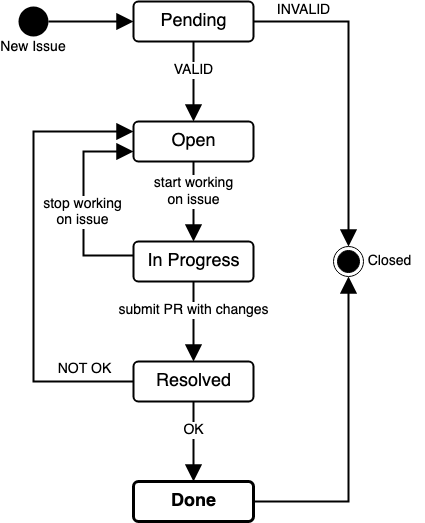
Above: docs/img/issue-workflow.png in borkdominik/bigER (draw.io), before the change. Source tidied: cells renumbered, new cells last; positions are measured from the earlier drawing's top-left corner, leaving out a move shared by most shapes. Its diagram source:
```xml
<mxGraphModel>
  <root>
    <mxCell id="0" />
    <mxCell id="1" parent="0" />
    <mxCell id="2" value="VALID" style="edgeStyle=none;rounded=0;jettySize=auto;html=1;entryX=0.5;entryY=0;entryDx=0;entryDy=0;fontSize=14;endArrow=block;endFill=1;endSize=12;strokeWidth=2;verticalAlign=bottom;" parent="1" edge="1" source="5">
      <mxGeometry relative="1" as="geometry">
        <mxPoint x="175" y="120" as="targetPoint" />
      </mxGeometry>
    </mxCell>
    <mxCell id="3" style="edgeStyle=orthogonalEdgeStyle;rounded=0;jettySize=auto;html=1;entryX=0.5;entryY=0;entryDx=0;entryDy=0;fontSize=14;endArrow=block;endFill=1;endSize=12;strokeWidth=2;verticalAlign=bottom;align=right;spacingLeft=0;spacingRight=-17;spacingTop=0;spacingBottom=0;" parent="1" edge="1" source="5" target="10">
      <mxGeometry relative="1" as="geometry">
        <Array as="points">
          <mxPoint x="330" y="20" />
        </Array>
      </mxGeometry>
    </mxCell>
    <mxCell id="4" value="INVALID" style="edgeLabel;html=1;align=center;verticalAlign=middle;fontSize=14;" parent="3" vertex="1">
      <mxGeometry x="-0.86" y="1" relative="1" as="geometry">
        <mxPoint x="27" y="-11" as="offset" />
      </mxGeometry>
    </mxCell>
    <mxCell id="5" value="Pending" style="html=1;align=center;verticalAlign=middle;rounded=1;absoluteArcSize=1;arcSize=10;dashed=0;fontSize=18;strokeWidth=2;" parent="1" vertex="1">
      <mxGeometry x="115" width="120" height="40" as="geometry" />
    </mxCell>
    <mxCell id="6" style="edgeStyle=none;rounded=0;jettySize=auto;html=1;fontSize=14;endArrow=block;endFill=1;endSize=12;strokeWidth=2;verticalAlign=bottom;spacingLeft=-15;" parent="1" edge="1" source="7" target="5">
      <mxGeometry relative="1" as="geometry" />
    </mxCell>
    <mxCell id="7" value="New Issue" style="ellipse;fillColor=#000000;strokeColor=none;fontSize=14;strokeWidth=2;verticalAlign=top;spacingBottom=0;spacingTop=25;" parent="1" vertex="1">
      <mxGeometry y="5" width="30" height="30" as="geometry" />
    </mxCell>
    <mxCell id="8" value="start working&lt;br&gt;on issue" style="edgeStyle=orthogonalEdgeStyle;rounded=0;jettySize=auto;html=1;entryX=0.5;entryY=0;entryDx=0;entryDy=0;fontSize=14;endArrow=block;endFill=1;endSize=12;strokeWidth=2;verticalAlign=bottom;spacingTop=0;spacingBottom=-10;" parent="1" edge="1" source="9" target="14">
      <mxGeometry relative="1" as="geometry" />
    </mxCell>
    <mxCell id="9" value="Open" style="html=1;align=center;verticalAlign=middle;rounded=1;absoluteArcSize=1;arcSize=10;fontSize=18;strokeWidth=2;" parent="1" vertex="1">
      <mxGeometry x="115" y="120" width="120" height="40" as="geometry" />
    </mxCell>
    <mxCell id="10" style="ellipse;html=1;shape=endState;fillColor=#000000;strokeColor=#000000;fontSize=16;verticalAlign=top;spacingBottom=0;spacingTop=25;" parent="1" vertex="1">
      <mxGeometry x="315" y="245" width="30" height="30" as="geometry" />
    </mxCell>
    <mxCell id="11" value="submit PR with changes" style="edgeStyle=orthogonalEdgeStyle;rounded=0;jettySize=auto;html=1;entryX=0.5;entryY=0;entryDx=0;entryDy=0;fontSize=14;endArrow=block;endFill=1;endSize=12;strokeWidth=2;align=center;verticalAlign=bottom;" parent="1" edge="1" source="14" target="18">
      <mxGeometry relative="1" as="geometry" />
    </mxCell>
    <mxCell id="12" style="edgeStyle=orthogonalEdgeStyle;rounded=0;jettySize=auto;html=1;entryX=0;entryY=0.75;entryDx=0;entryDy=0;fontSize=14;endArrow=block;endFill=1;endSize=12;strokeWidth=2;exitX=0;exitY=0.25;exitDx=0;exitDy=0;align=center;" parent="1" edge="1" target="9">
      <mxGeometry relative="1" as="geometry">
        <mxPoint x="115" y="254" as="sourcePoint" />
        <Array as="points">
          <mxPoint x="65" y="254" />
          <mxPoint x="65" y="150" />
        </Array>
      </mxGeometry>
    </mxCell>
    <mxCell id="13" value="&lt;div&gt;stop working &lt;br&gt;on issue&lt;br&gt;&lt;/div&gt;" style="edgeLabel;html=1;align=center;verticalAlign=middle;fontSize=14;" parent="12" vertex="1">
      <mxGeometry x="-0.65" relative="1" as="geometry">
        <mxPoint x="-16" y="-44" as="offset" />
      </mxGeometry>
    </mxCell>
    <mxCell id="14" value="In Progress" style="html=1;align=center;verticalAlign=middle;rounded=1;absoluteArcSize=1;arcSize=10;dashed=0;fontSize=18;strokeWidth=2;" parent="1" vertex="1">
      <mxGeometry x="115" y="240" width="120" height="40" as="geometry" />
    </mxCell>
    <mxCell id="15" value="OK" style="edgeStyle=orthogonalEdgeStyle;rounded=0;jettySize=auto;html=1;entryX=0.5;entryY=0;entryDx=0;entryDy=0;fontSize=14;endArrow=block;endFill=1;endSize=12;strokeWidth=2;align=center;verticalAlign=bottom;" parent="1" edge="1" source="18" target="20">
      <mxGeometry relative="1" as="geometry" />
    </mxCell>
    <mxCell id="16" style="edgeStyle=orthogonalEdgeStyle;rounded=0;jettySize=auto;html=1;fontSize=14;endArrow=block;endFill=1;endSize=12;strokeWidth=2;align=center;entryX=0;entryY=0.25;entryDx=0;entryDy=0;" parent="1" edge="1" source="18" target="9">
      <mxGeometry relative="1" as="geometry">
        <Array as="points">
          <mxPoint x="15" y="380" />
          <mxPoint x="15" y="130" />
        </Array>
      </mxGeometry>
    </mxCell>
    <mxCell id="17" value="NOT OK" style="edgeLabel;html=1;align=center;verticalAlign=middle;fontSize=14;" parent="16" vertex="1">
      <mxGeometry x="-0.72" y="3" relative="1" as="geometry">
        <mxPoint x="14" y="-16" as="offset" />
      </mxGeometry>
    </mxCell>
    <mxCell id="18" value="Resolved" style="html=1;align=center;verticalAlign=middle;rounded=1;absoluteArcSize=1;arcSize=10;fontSize=18;strokeWidth=2;" parent="1" vertex="1">
      <mxGeometry x="115" y="360" width="120" height="40" as="geometry" />
    </mxCell>
    <mxCell id="19" style="edgeStyle=orthogonalEdgeStyle;rounded=0;jettySize=auto;html=1;fontSize=14;endArrow=block;endFill=1;endSize=12;strokeWidth=2;entryX=0.5;entryY=1;entryDx=0;entryDy=0;" parent="1" edge="1" source="20" target="10">
      <mxGeometry relative="1" as="geometry">
        <Array as="points">
          <mxPoint x="330" y="500" />
        </Array>
      </mxGeometry>
    </mxCell>
    <mxCell id="20" value="Done" style="html=1;align=center;verticalAlign=middle;rounded=1;absoluteArcSize=1;arcSize=10;fontSize=18;strokeWidth=3;fontStyle=1;" parent="1" vertex="1">
      <mxGeometry x="115" y="480" width="120" height="40" as="geometry" />
    </mxCell>
    <mxCell id="21" value="Closed" style="text;html=1;align=center;verticalAlign=middle;strokeColor=none;fillColor=none;fontSize=14;" parent="1" vertex="1">
      <mxGeometry x="336" y="245" width="70" height="30" as="geometry" />
    </mxCell>
  </root>
</mxGraphModel>
```
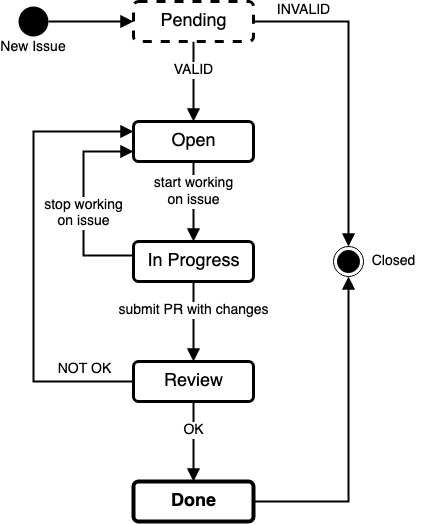
The same file after the commit.

Commit message:
Update issue document

What changed in the source:
```diff
@@ -2,12 +2,12 @@
   <root>
     <mxCell id="0" />
     <mxCell id="1" parent="0" />
-    <mxCell id="2" value="VALID" style="edgeStyle=none;rounded=0;jettySize=auto;html=1;entryX=0.5;entryY=0;entryDx=0;entryDy=0;fontSize=14;endArrow=block;endFill=1;endSize=12;strokeWidth=2;verticalAlign=bottom;" parent="1" edge="1" source="5">
+    <mxCell id="2" value="VALID" style="edgeStyle=none;rounded=0;jettySize=auto;html=1;entryX=0.5;entryY=0;entryDx=0;entryDy=0;fontSize=14;endArrow=block;endFill=1;endSize=8;strokeWidth=2;verticalAlign=bottom;" parent="1" edge="1" source="5">
       <mxGeometry relative="1" as="geometry">
         <mxPoint x="175" y="120" as="targetPoint" />
       </mxGeometry>
     </mxCell>
-    <mxCell id="3" style="edgeStyle=orthogonalEdgeStyle;rounded=0;jettySize=auto;html=1;entryX=0.5;entryY=0;entryDx=0;entryDy=0;fontSize=14;endArrow=block;endFill=1;endSize=12;strokeWidth=2;verticalAlign=bottom;align=right;spacingLeft=0;spacingRight=-17;spacingTop=0;spacingBottom=0;" parent="1" edge="1" source="5" target="10">
+    <mxCell id="3" style="edgeStyle=orthogonalEdgeStyle;rounded=0;jettySize=auto;html=1;entryX=0.5;entryY=0;entryDx=0;entryDy=0;fontSize=14;endArrow=block;endFill=1;endSize=8;strokeWidth=2;verticalAlign=bottom;align=right;spacingLeft=0;spacingRight=-17;spacingTop=0;spacingBottom=0;" parent="1" edge="1" source="5" target="10">
       <mxGeometry relative="1" as="geometry">
         <Array as="points">
           <mxPoint x="330" y="20" />
@@ -19,28 +19,28 @@
         <mxPoint x="27" y="-11" as="offset" />
       </mxGeometry>
     </mxCell>
-    <mxCell id="5" value="Pending" style="html=1;align=center;verticalAlign=middle;rounded=1;absoluteArcSize=1;arcSize=10;dashed=0;fontSize=18;strokeWidth=2;" parent="1" vertex="1">
+    <mxCell id="5" value="Pending" style="html=1;align=center;verticalAlign=middle;rounded=1;absoluteArcSize=1;arcSize=10;dashed=1;fontSize=18;strokeWidth=3;" parent="1" vertex="1">
       <mxGeometry x="115" width="120" height="40" as="geometry" />
     </mxCell>
-    <mxCell id="6" style="edgeStyle=none;rounded=0;jettySize=auto;html=1;fontSize=14;endArrow=block;endFill=1;endSize=12;strokeWidth=2;verticalAlign=bottom;spacingLeft=-15;" parent="1" edge="1" source="7" target="5">
+    <mxCell id="6" style="edgeStyle=none;rounded=0;jettySize=auto;html=1;fontSize=14;endArrow=block;endFill=1;endSize=8;strokeWidth=2;verticalAlign=bottom;spacingLeft=-15;" parent="1" edge="1" source="7" target="5">
       <mxGeometry relative="1" as="geometry" />
     </mxCell>
     <mxCell id="7" value="New Issue" style="ellipse;fillColor=#000000;strokeColor=none;fontSize=14;strokeWidth=2;verticalAlign=top;spacingBottom=0;spacingTop=25;" parent="1" vertex="1">
       <mxGeometry y="5" width="30" height="30" as="geometry" />
     </mxCell>
-    <mxCell id="8" value="start working&lt;br&gt;on issue" style="edgeStyle=orthogonalEdgeStyle;rounded=0;jettySize=auto;html=1;entryX=0.5;entryY=0;entryDx=0;entryDy=0;fontSize=14;endArrow=block;endFill=1;endSize=12;strokeWidth=2;verticalAlign=bottom;spacingTop=0;spacingBottom=-10;" parent="1" edge="1" source="9" target="14">
+    <mxCell id="8" value="start working&lt;br&gt;on issue" style="edgeStyle=orthogonalEdgeStyle;rounded=0;jettySize=auto;html=1;entryX=0.5;entryY=0;entryDx=0;entryDy=0;fontSize=14;endArrow=block;endFill=1;endSize=8;strokeWidth=2;verticalAlign=bottom;spacingTop=0;spacingBottom=-10;" parent="1" edge="1" source="9" target="14">
       <mxGeometry relative="1" as="geometry" />
     </mxCell>
-    <mxCell id="9" value="Open" style="html=1;align=center;verticalAlign=middle;rounded=1;absoluteArcSize=1;arcSize=10;fontSize=18;strokeWidth=2;" parent="1" vertex="1">
+    <mxCell id="9" value="Open" style="html=1;align=center;verticalAlign=middle;rounded=1;absoluteArcSize=1;arcSize=10;fontSize=18;strokeWidth=3;" parent="1" vertex="1">
       <mxGeometry x="115" y="120" width="120" height="40" as="geometry" />
     </mxCell>
     <mxCell id="10" style="ellipse;html=1;shape=endState;fillColor=#000000;strokeColor=#000000;fontSize=16;verticalAlign=top;spacingBottom=0;spacingTop=25;" parent="1" vertex="1">
       <mxGeometry x="315" y="245" width="30" height="30" as="geometry" />
     </mxCell>
-    <mxCell id="11" value="submit PR with changes" style="edgeStyle=orthogonalEdgeStyle;rounded=0;jettySize=auto;html=1;entryX=0.5;entryY=0;entryDx=0;entryDy=0;fontSize=14;endArrow=block;endFill=1;endSize=12;strokeWidth=2;align=center;verticalAlign=bottom;" parent="1" edge="1" source="14" target="18">
+    <mxCell id="11" value="submit PR with changes" style="edgeStyle=orthogonalEdgeStyle;rounded=0;jettySize=auto;html=1;entryX=0.5;entryY=0;entryDx=0;entryDy=0;fontSize=14;endArrow=block;endFill=1;endSize=8;strokeWidth=2;align=center;verticalAlign=bottom;" parent="1" edge="1" source="14" target="18">
       <mxGeometry relative="1" as="geometry" />
     </mxCell>
-    <mxCell id="12" style="edgeStyle=orthogonalEdgeStyle;rounded=0;jettySize=auto;html=1;entryX=0;entryY=0.75;entryDx=0;entryDy=0;fontSize=14;endArrow=block;endFill=1;endSize=12;strokeWidth=2;exitX=0;exitY=0.25;exitDx=0;exitDy=0;align=center;" parent="1" edge="1" target="9">
+    <mxCell id="12" style="edgeStyle=orthogonalEdgeStyle;rounded=0;jettySize=auto;html=1;entryX=0;entryY=0.75;entryDx=0;entryDy=0;fontSize=14;endArrow=block;endFill=1;endSize=8;strokeWidth=2;exitX=0;exitY=0.25;exitDx=0;exitDy=0;align=center;" parent="1" edge="1" target="9">
       <mxGeometry relative="1" as="geometry">
         <mxPoint x="115" y="254" as="sourcePoint" />
         <Array as="points">
@@ -49,18 +49,18 @@
         </Array>
       </mxGeometry>
     </mxCell>
-    <mxCell id="13" value="&lt;div&gt;stop working &lt;br&gt;on issue&lt;br&gt;&lt;/div&gt;" style="edgeLabel;html=1;align=center;verticalAlign=middle;fontSize=14;" parent="12" vertex="1">
+    <mxCell id="13" value="&lt;div style=&quot;font-size: 14px;&quot;&gt;stop working &lt;br style=&quot;font-size: 14px;&quot;&gt;on issue&lt;br style=&quot;font-size: 14px;&quot;&gt;&lt;/div&gt;" style="edgeLabel;html=1;align=center;verticalAlign=middle;fontSize=14;" parent="12" vertex="1">
       <mxGeometry x="-0.65" relative="1" as="geometry">
-        <mxPoint x="-16" y="-44" as="offset" />
+        <mxPoint x="-15" y="-43" as="offset" />
       </mxGeometry>
     </mxCell>
-    <mxCell id="14" value="In Progress" style="html=1;align=center;verticalAlign=middle;rounded=1;absoluteArcSize=1;arcSize=10;dashed=0;fontSize=18;strokeWidth=2;" parent="1" vertex="1">
+    <mxCell id="14" value="In Progress" style="html=1;align=center;verticalAlign=middle;rounded=1;absoluteArcSize=1;arcSize=10;dashed=0;fontSize=18;strokeWidth=3;" parent="1" vertex="1">
       <mxGeometry x="115" y="240" width="120" height="40" as="geometry" />
     </mxCell>
-    <mxCell id="15" value="OK" style="edgeStyle=orthogonalEdgeStyle;rounded=0;jettySize=auto;html=1;entryX=0.5;entryY=0;entryDx=0;entryDy=0;fontSize=14;endArrow=block;endFill=1;endSize=12;strokeWidth=2;align=center;verticalAlign=bottom;" parent="1" edge="1" source="18" target="20">
+    <mxCell id="15" value="OK" style="edgeStyle=orthogonalEdgeStyle;rounded=0;jettySize=auto;html=1;entryX=0.5;entryY=0;entryDx=0;entryDy=0;fontSize=14;endArrow=block;endFill=1;endSize=8;strokeWidth=2;align=center;verticalAlign=bottom;" parent="1" edge="1" source="18" target="20">
       <mxGeometry relative="1" as="geometry" />
     </mxCell>
-    <mxCell id="16" style="edgeStyle=orthogonalEdgeStyle;rounded=0;jettySize=auto;html=1;fontSize=14;endArrow=block;endFill=1;endSize=12;strokeWidth=2;align=center;entryX=0;entryY=0.25;entryDx=0;entryDy=0;" parent="1" edge="1" source="18" target="9">
+    <mxCell id="16" style="edgeStyle=orthogonalEdgeStyle;rounded=0;jettySize=auto;html=1;fontSize=14;endArrow=block;endFill=1;endSize=8;strokeWidth=2;align=center;entryX=0;entryY=0.25;entryDx=0;entryDy=0;" parent="1" edge="1" source="18" target="9">
       <mxGeometry relative="1" as="geometry">
         <Array as="points">
           <mxPoint x="15" y="380" />
@@ -73,21 +73,21 @@
         <mxPoint x="14" y="-16" as="offset" />
       </mxGeometry>
     </mxCell>
-    <mxCell id="18" value="Resolved" style="html=1;align=center;verticalAlign=middle;rounded=1;absoluteArcSize=1;arcSize=10;fontSize=18;strokeWidth=2;" parent="1" vertex="1">
+    <mxCell id="18" value="Review" style="html=1;align=center;verticalAlign=middle;rounded=1;absoluteArcSize=1;arcSize=10;fontSize=18;strokeWidth=3;" parent="1" vertex="1">
       <mxGeometry x="115" y="360" width="120" height="40" as="geometry" />
     </mxCell>
-    <mxCell id="19" style="edgeStyle=orthogonalEdgeStyle;rounded=0;jettySize=auto;html=1;fontSize=14;endArrow=block;endFill=1;endSize=12;strokeWidth=2;entryX=0.5;entryY=1;entryDx=0;entryDy=0;" parent="1" edge="1" source="20" target="10">
+    <mxCell id="19" style="edgeStyle=orthogonalEdgeStyle;rounded=0;jettySize=auto;html=1;fontSize=14;endArrow=block;endFill=1;endSize=8;strokeWidth=2;entryX=0.5;entryY=1;entryDx=0;entryDy=0;" parent="1" edge="1" source="20" target="10">
       <mxGeometry relative="1" as="geometry">
         <Array as="points">
           <mxPoint x="330" y="500" />
         </Array>
       </mxGeometry>
     </mxCell>
-    <mxCell id="20" value="Done" style="html=1;align=center;verticalAlign=middle;rounded=1;absoluteArcSize=1;arcSize=10;fontSize=18;strokeWidth=3;fontStyle=1;" parent="1" vertex="1">
+    <mxCell id="20" value="Done" style="html=1;align=center;verticalAlign=middle;rounded=1;absoluteArcSize=1;arcSize=10;fontSize=18;strokeWidth=4;fontStyle=1;" parent="1" vertex="1">
       <mxGeometry x="115" y="480" width="120" height="40" as="geometry" />
     </mxCell>
     <mxCell id="21" value="Closed" style="text;html=1;align=center;verticalAlign=middle;strokeColor=none;fillColor=none;fontSize=14;" parent="1" vertex="1">
-      <mxGeometry x="336" y="245" width="70" height="30" as="geometry" />
+      <mxGeometry x="340" y="245" width="70" height="30" as="geometry" />
     </mxCell>
   </root>
 </mxGraphModel>
```
